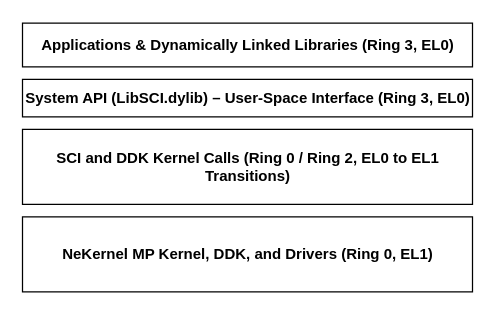
Before: docs/OS_DESIGN.drawio in nekernel-org/nekernel, a draw.io diagram. Source tidied: cells renumbered, new cells numbered last; positions are measured from the earlier drawing's top-left corner, leaving out a move shared by most shapes. Both pictures are drawn from the tidied source at 125%, with x=0, y=0 at pixel (22, 22).
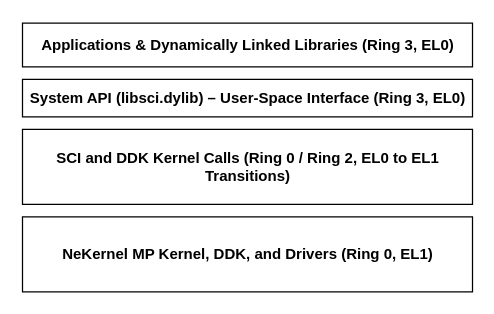
Above is the later version.

The edit, as a diff of the source:
```diff
@@
 <mxGraphModel>
   <root>
     <mxCell id="0" />
     <mxCell id="1" parent="0" />
-    <mxCell id="2" value="&lt;p class=&quot;p1&quot;&gt;&lt;b&gt;System API (LibSCI.dylib) – User-Space Interface (Ring 3, EL0)&lt;/b&gt;&lt;/p&gt;" style="rounded=0;whiteSpace=wrap;html=1;" parent="1" vertex="1">
+    <mxCell id="2" value="&lt;p class=&quot;p1&quot;&gt;&lt;b&gt;System API (libsci.dylib) – User-Space Interface (Ring 3, EL0)&lt;/b&gt;&lt;/p&gt;" style="rounded=0;whiteSpace=wrap;html=1;" parent="1" vertex="1">
       <mxGeometry x="-0.5" y="45" width="360" height="30" as="geometry" />
     </mxCell>
     <mxCell id="3" value="&lt;p class=&quot;p1&quot;&gt;&lt;b&gt;Applications &amp;amp; Dynamically Linked Libraries (Ring 3, EL0)&lt;/b&gt;&lt;/p&gt;" style="rounded=0;whiteSpace=wrap;html=1;" parent="1" vertex="1">
       <mxGeometry x="-0.5" width="360" height="35" as="geometry" />
     </mxCell>
     <mxCell id="4" value="&lt;p class=&quot;p1&quot;&gt;&lt;b&gt;NeKernel MP Kernel, DDK, and Drivers (Ring 0, EL1)&lt;/b&gt;&lt;/p&gt;" style="rounded=0;whiteSpace=wrap;html=1;" parent="1" vertex="1">
       <mxGeometry x="-0.5" y="155" width="360" height="60" as="geometry" />
     </mxCell>
     <mxCell id="5" value="&lt;p class=&quot;p1&quot;&gt;&lt;b&gt;SCI and DDK Kernel Calls (Ring 0 / Ring 2, EL0 to EL1 Transitions)&lt;/b&gt;&lt;/p&gt;" style="rounded=0;whiteSpace=wrap;html=1;" parent="1" vertex="1">
       <mxGeometry x="-0.5" y="85" width="360" height="60" as="geometry" />
     </mxCell>
   </root>
 </mxGraphModel>
```
